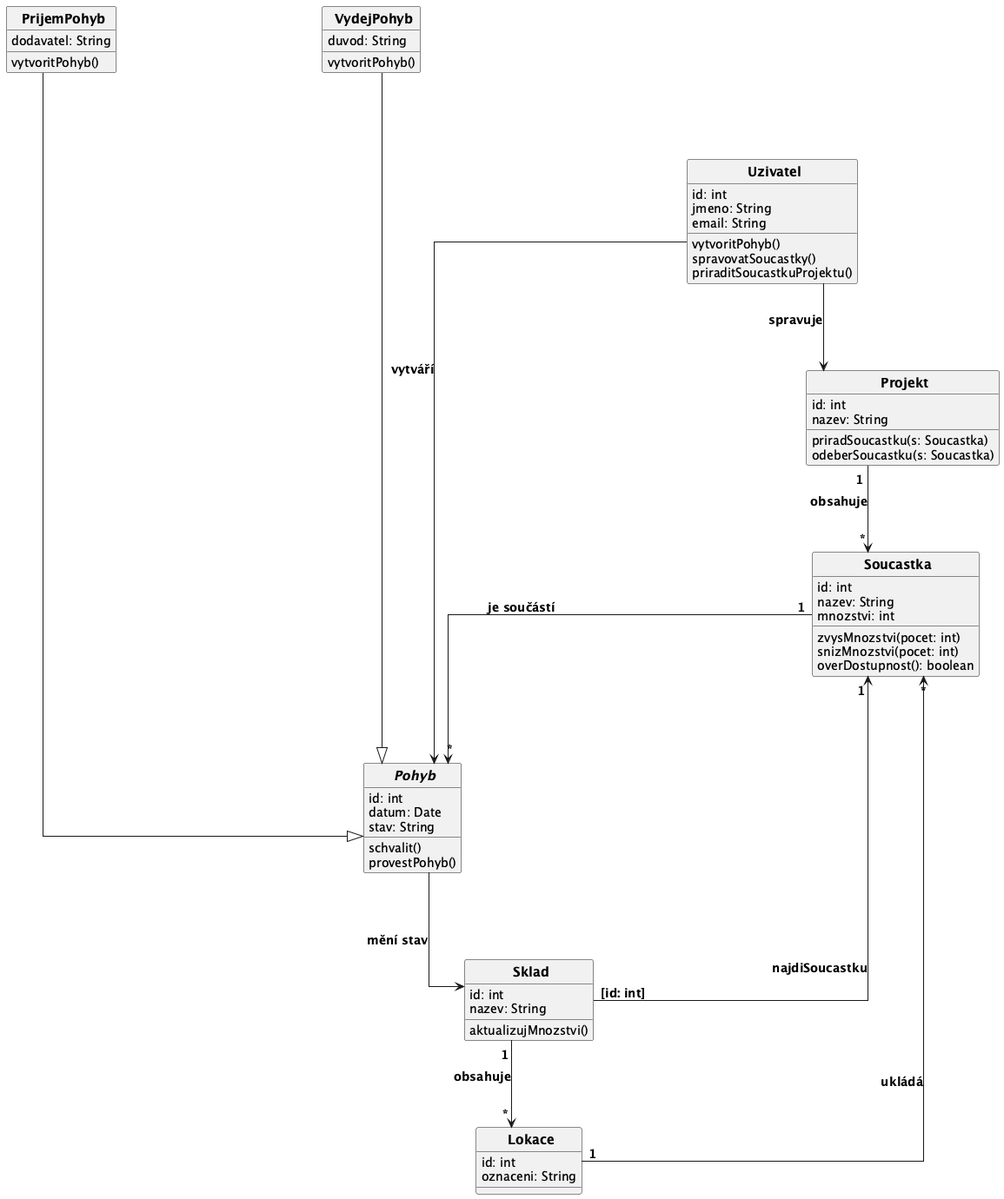
lkvapil/wms-elektronicke-soucastky keeps this PlantUML diagram as docs/images/02_class_diagram.png. Above is the earlier version.
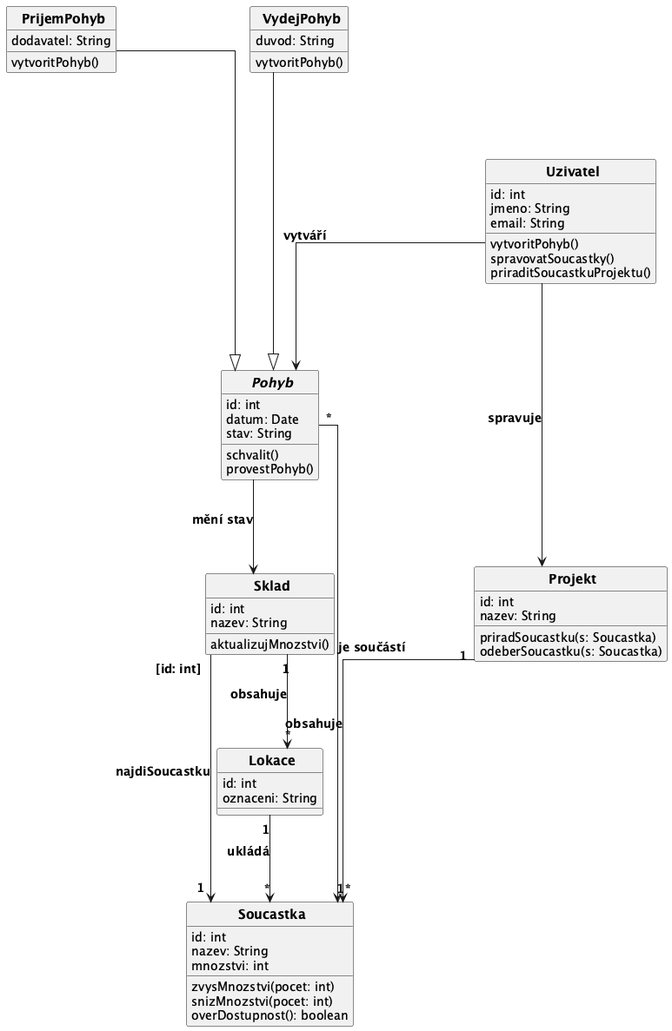
The same diagram one commit later.

Commit message:
style: PrijemPohyb blize k Pohybu, obracena sipka je soucasti

Change to the diagram source:
```diff
@@ -71,7 +71,7 @@
 Sklad "[id: int]" --> "1" Soucastka : najdiSoucastku
 
 Projekt "1" --> "*" Soucastka : obsahuje
-Soucastka "1" --> "*" Pohyb : je součástí
+Pohyb "*" --> "1" Soucastka : je součástí
 Sklad "1" --> "*" Lokace : obsahuje
 Lokace "1" --> "*" Soucastka : ukládá
 Pohyb --> Sklad : mění stav
@@ -80,7 +80,6 @@
 Uzivatel --> Projekt : spravuje
 
 PrijemPohyb -[hidden]right- VydejPohyb
-PrijemPohyb -[hidden]down- Pohyb
 Pohyb -[hidden]down- Sklad
 Sklad -[hidden]down- Lokace
 VydejPohyb -[hidden]down- Uzivatel
```
